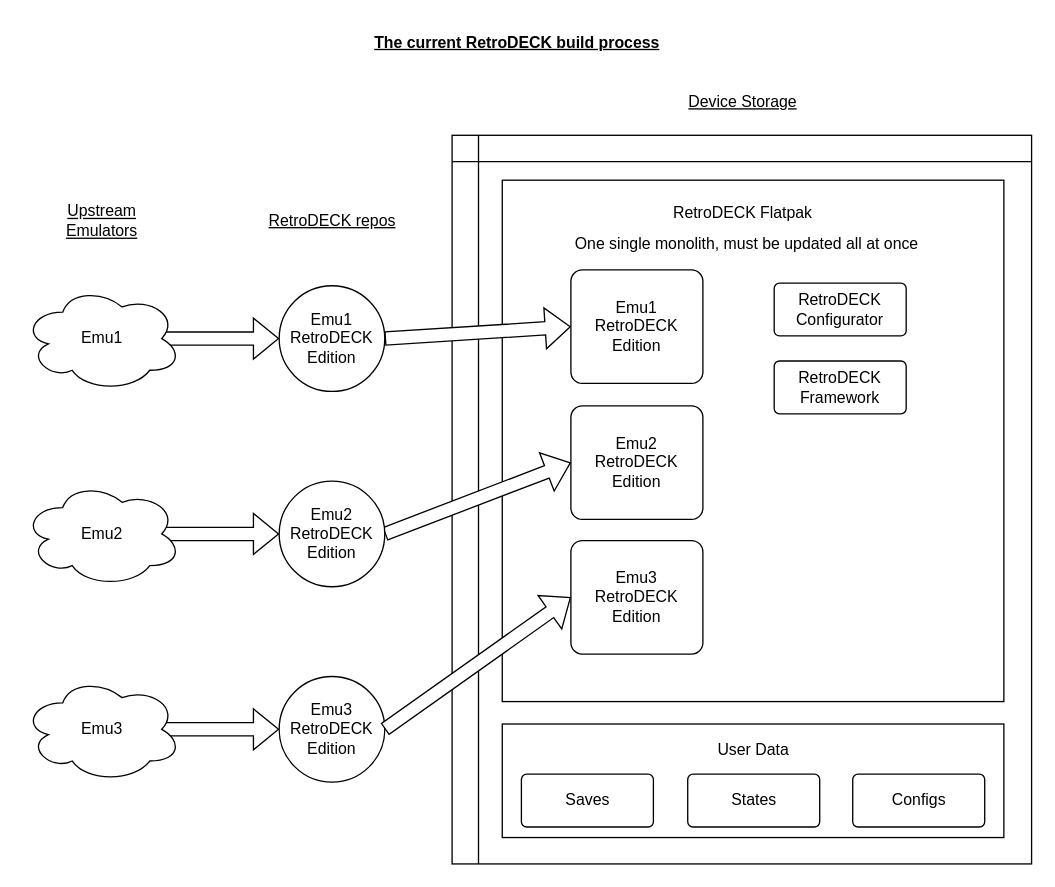
Before: wiki-rtd/docs/wip/RetroDECK Classic.drawio in RetroDECK/Wiki, a draw.io diagram. Source tidied: cells renumbered, new cells numbered last; positions are measured from the earlier drawing's top-left corner, leaving out a move shared by most shapes. Both pictures are drawn from the tidied source at 132%, with x=0, y=0 at pixel (22, 22).
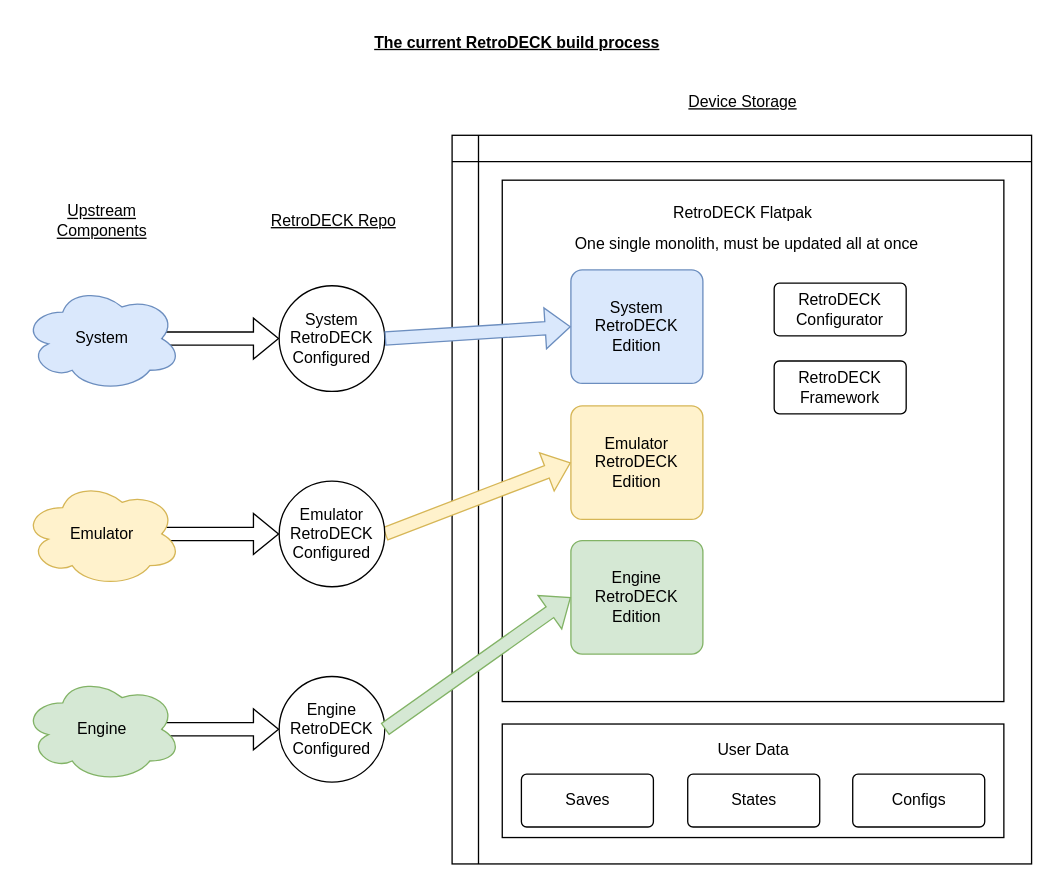
The same page after the edit.

Change to the diagram source:
```diff
@@
-    <mxCell id="8" value="Emu1" style="ellipse;shape=cloud;whiteSpace=wrap;html=1;" parent="1" vertex="1">
+    <mxCell id="8" value="System" style="ellipse;shape=cloud;whiteSpace=wrap;html=1;fillColor=#dae8fc;strokeColor=#6c8ebf;" parent="1" vertex="1">
       <mxGeometry y="199" width="120" height="80" as="geometry" />
     </mxCell>
-    <mxCell id="9" value="&lt;u&gt;Upstream Emulators&lt;/u&gt;" style="text;html=1;align=center;verticalAlign=middle;whiteSpace=wrap;rounded=0;" parent="1" vertex="1">
+    <mxCell id="9" value="&lt;u&gt;Upstream Components&lt;/u&gt;" style="text;html=1;align=center;verticalAlign=middle;whiteSpace=wrap;rounded=0;" parent="1" vertex="1">
       <mxGeometry x="30" y="135" width="60" height="30" as="geometry" />
     </mxCell>
-    <mxCell id="10" value="Emu3" style="ellipse;shape=cloud;whiteSpace=wrap;html=1;" parent="1" vertex="1">
+    <mxCell id="10" value="Engine" style="ellipse;shape=cloud;whiteSpace=wrap;html=1;fillColor=#d5e8d4;strokeColor=#82b366;" parent="1" vertex="1">
       <mxGeometry y="495" width="120" height="80" as="geometry" />
     </mxCell>
-    <mxCell id="11" value="Emu2" style="ellipse;shape=cloud;whiteSpace=wrap;html=1;" parent="1" vertex="1">
+    <mxCell id="11" value="Emulator" style="ellipse;shape=cloud;whiteSpace=wrap;html=1;fillColor=#fff2cc;strokeColor=#d6b656;" parent="1" vertex="1">
       <mxGeometry y="347" width="120" height="80" as="geometry" />
     </mxCell>
@@
-    <mxCell id="13" value="&lt;u&gt;RetroDECK repos&lt;/u&gt;" style="text;html=1;align=center;verticalAlign=middle;strokeColor=none;fillColor=none;" parent="1" vertex="1">
-      <mxGeometry x="177" y="137" width="114" height="26" as="geometry" />
+    <mxCell id="13" value="&lt;u&gt;RetroDECK Repo&lt;/u&gt;" style="text;html=1;align=center;verticalAlign=middle;strokeColor=none;fillColor=none;" parent="1" vertex="1">
+      <mxGeometry x="178" y="137" width="113" height="26" as="geometry" />
     </mxCell>
@@
-    <mxCell id="23" value="Emu1&lt;div&gt;RetroDECK&lt;/div&gt;&lt;div&gt;Edition&lt;/div&gt;" style="ellipse;whiteSpace=wrap;html=1;" parent="1" vertex="1">
+    <mxCell id="23" value="System&lt;div&gt;RetroDECK&lt;/div&gt;&lt;div&gt;Configured&lt;/div&gt;" style="ellipse;whiteSpace=wrap;html=1;" parent="1" vertex="1">
       <mxGeometry x="194" y="199" width="80" height="80" as="geometry" />
     </mxCell>
-    <mxCell id="24" value="Emu3&lt;div&gt;RetroDECK&lt;/div&gt;&lt;div&gt;Edition&lt;/div&gt;" style="ellipse;whiteSpace=wrap;html=1;" parent="1" vertex="1">
+    <mxCell id="24" value="Engine&lt;div&gt;RetroDECK&lt;/div&gt;&lt;div&gt;Configured&lt;/div&gt;" style="ellipse;whiteSpace=wrap;html=1;" parent="1" vertex="1">
       <mxGeometry x="194" y="495" width="80" height="80" as="geometry" />
     </mxCell>
-    <mxCell id="25" value="Emu1&lt;div&gt;RetroDECK&lt;/div&gt;&lt;div&gt;Edition&lt;/div&gt;" style="rounded=1;arcSize=10;whiteSpace=wrap;html=1;align=center;" parent="1" vertex="1">
+    <mxCell id="25" value="System&lt;div&gt;RetroDECK&lt;/div&gt;&lt;div&gt;Edition&lt;/div&gt;" style="rounded=1;arcSize=10;whiteSpace=wrap;html=1;align=center;fillColor=#dae8fc;strokeColor=#6c8ebf;" parent="1" vertex="1">
       <mxGeometry x="415" y="187" width="100" height="86" as="geometry" />
     </mxCell>
-    <mxCell id="26" value="Emu3&lt;div&gt;&lt;div&gt;RetroDECK&lt;/div&gt;&lt;div&gt;Edition&lt;/div&gt;&lt;/div&gt;" style="rounded=1;arcSize=10;whiteSpace=wrap;html=1;align=center;" parent="1" vertex="1">
+    <mxCell id="26" value="&lt;div&gt;&lt;div&gt;Engine&lt;/div&gt;&lt;div&gt;RetroDECK&lt;/div&gt;&lt;div&gt;Edition&lt;/div&gt;&lt;/div&gt;" style="rounded=1;arcSize=10;whiteSpace=wrap;html=1;align=center;fillColor=#d5e8d4;strokeColor=#82b366;" parent="1" vertex="1">
       <mxGeometry x="415" y="392" width="100" height="86" as="geometry" />
     </mxCell>
-    <mxCell id="27" value="Emu2&lt;div&gt;RetroDECK&lt;/div&gt;&lt;div&gt;Edition&lt;/div&gt;" style="rounded=1;arcSize=10;whiteSpace=wrap;html=1;align=center;" parent="1" vertex="1">
+    <mxCell id="27" value="Emulator&lt;div&gt;RetroDECK&lt;/div&gt;&lt;div&gt;Edition&lt;/div&gt;" style="rounded=1;arcSize=10;whiteSpace=wrap;html=1;align=center;fillColor=#fff2cc;strokeColor=#d6b656;" parent="1" vertex="1">
       <mxGeometry x="415" y="290" width="100" height="86" as="geometry" />
     </mxCell>
-    <mxCell id="28" style="shape=flexArrow;endArrow=classic;html=1;rounded=0;exitX=1;exitY=0.5;exitDx=0;exitDy=0;entryX=0;entryY=0.5;entryDx=0;entryDy=0;fillColor=#FFFFFF;" parent="1" edge="1" source="30" target="27">
+    <mxCell id="28" style="shape=flexArrow;endArrow=classic;html=1;rounded=0;exitX=1;exitY=0.5;exitDx=0;exitDy=0;entryX=0;entryY=0.5;entryDx=0;entryDy=0;fillColor=#fff2cc;strokeColor=#d6b656;" parent="1" edge="1" source="30" target="27">
       <mxGeometry relative="1" as="geometry" />
     </mxCell>
-    <mxCell id="29" style="shape=flexArrow;endArrow=classic;html=1;rounded=0;exitX=1;exitY=0.5;exitDx=0;exitDy=0;entryX=0;entryY=0.5;entryDx=0;entryDy=0;fillColor=#FFFFFF;" parent="1" edge="1" source="23" target="25">
+    <mxCell id="29" style="shape=flexArrow;endArrow=classic;html=1;rounded=0;exitX=1;exitY=0.5;exitDx=0;exitDy=0;entryX=0;entryY=0.5;entryDx=0;entryDy=0;fillColor=#dae8fc;strokeColor=#6c8ebf;" parent="1" edge="1" source="23" target="25">
       <mxGeometry relative="1" as="geometry" />
     </mxCell>
-    <mxCell id="30" value="Emu2&lt;div&gt;RetroDECK&lt;/div&gt;&lt;div&gt;Edition&lt;/div&gt;" style="ellipse;whiteSpace=wrap;html=1;" parent="1" vertex="1">
+    <mxCell id="30" value="Emulator&lt;div&gt;RetroDECK&lt;/div&gt;&lt;div&gt;Configured&lt;/div&gt;" style="ellipse;whiteSpace=wrap;html=1;" parent="1" vertex="1">
       <mxGeometry x="194" y="347" width="80" height="80" as="geometry" />
     </mxCell>
-    <mxCell id="31" style="shape=flexArrow;endArrow=classic;html=1;rounded=0;exitX=1;exitY=0.5;exitDx=0;exitDy=0;entryX=0;entryY=0.5;entryDx=0;entryDy=0;fillColor=#FFFFFF;" parent="1" edge="1" source="24" target="26">
+    <mxCell id="31" style="shape=flexArrow;endArrow=classic;html=1;rounded=0;exitX=1;exitY=0.5;exitDx=0;exitDy=0;entryX=0;entryY=0.5;entryDx=0;entryDy=0;fillColor=#d5e8d4;strokeColor=#82b366;" parent="1" edge="1" source="24" target="26">
       <mxGeometry relative="1" as="geometry" />
     </mxCell>
```
